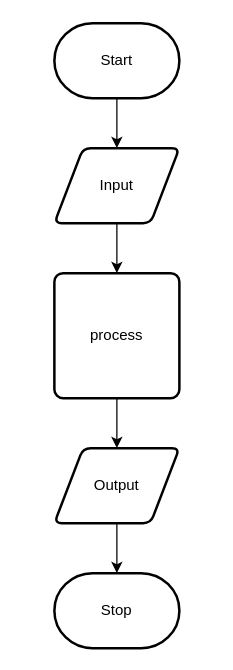
The draw.io diagram design/flow-chart.drawio in sam-corbett/ICS2O-Assignment-06-JS, before the edit. Source tidied: cells renumbered, new cells numbered last; positions are measured from the earlier drawing's top-left corner, leaving out a move shared by most shapes. Both pictures are drawn from the tidied source at 125%, with x=0, y=0 at pixel (54, 22).
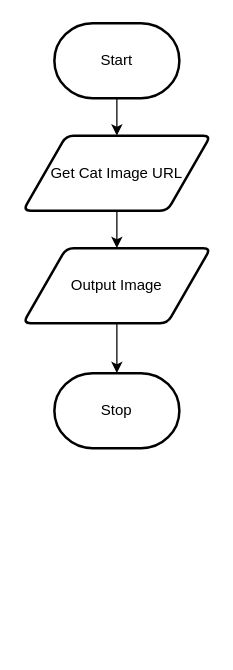
The same page after the edit.

Commit message (it also covers changes not shown here):
updated flowchart and storyboard

Change to the diagram source:
```diff
@@
 <mxGraphModel>
   <root>
     <mxCell id="0" />
     <mxCell id="1" parent="0" />
-    <mxCell id="2" style="edgeStyle=none;html=1;" parent="1" edge="1" source="3" target="5">
+    <mxCell id="2" style="edgeStyle=none;html=1;exitX=0.5;exitY=1;exitDx=0;exitDy=0;exitPerimeter=0;entryX=0.5;entryY=0;entryDx=0;entryDy=0;" parent="1" edge="1" source="3" target="5">
       <mxGeometry relative="1" as="geometry" />
     </mxCell>
     <mxCell id="3" value="Start" style="strokeWidth=2;html=1;shape=mxgraph.flowchart.terminator;whiteSpace=wrap;" parent="1" vertex="1">
       <mxGeometry width="100" height="60" as="geometry" />
     </mxCell>
-    <mxCell id="4" style="edgeStyle=none;html=1;" parent="1" edge="1" source="5" target="7">
-      <mxGeometry relative="1" as="geometry" />
-    </mxCell>
+    <mxCell id="11" style="edgeStyle=none;html=1;exitX=0.5;exitY=1;exitDx=0;exitDy=0;entryX=0.5;entryY=0;entryDx=0;entryDy=0;" parent="1" edge="1" source="5" target="8">
+      <mxGeometry relative="1" as="geometry" />
+    </mxCell>
-    <mxCell id="5" value="Input" style="shape=parallelogram;html=1;strokeWidth=2;perimeter=parallelogramPerimeter;whiteSpace=wrap;rounded=1;arcSize=12;size=0.23;" parent="1" vertex="1">
-      <mxGeometry y="100" width="100" height="60" as="geometry" />
+    <mxCell id="5" value="Get Cat Image URL" style="shape=parallelogram;html=1;strokeWidth=2;perimeter=parallelogramPerimeter;whiteSpace=wrap;rounded=1;arcSize=12;size=0.23;" parent="1" vertex="1">
+      <mxGeometry x="-25" y="90" width="150" height="60" as="geometry" />
     </mxCell>
-    <mxCell id="6" style="edgeStyle=none;html=1;" parent="1" edge="1" source="7" target="9">
-      <mxGeometry relative="1" as="geometry" />
-    </mxCell>
-    <mxCell id="7" value="process" style="rounded=1;whiteSpace=wrap;html=1;absoluteArcSize=1;arcSize=14;strokeWidth=2;" parent="1" vertex="1">
-      <mxGeometry y="200" width="100" height="100" as="geometry" />
-    </mxCell>
+    <mxCell id="10" value="Stop" style="strokeWidth=2;html=1;shape=mxgraph.flowchart.terminator;whiteSpace=wrap;" parent="1" vertex="1">
+      <mxGeometry y="280" width="100" height="60" as="geometry" />
+    </mxCell>
+    <mxCell id="12" style="edgeStyle=none;html=1;exitX=0.5;exitY=1;exitDx=0;exitDy=0;entryX=0.5;entryY=0;entryDx=0;entryDy=0;entryPerimeter=0;" parent="1" edge="1" source="8" target="10">
+      <mxGeometry relative="1" as="geometry" />
+    </mxCell>
-    <mxCell id="8" style="edgeStyle=none;html=1;" parent="1" edge="1" source="9" target="10">
-      <mxGeometry relative="1" as="geometry" />
+    <mxCell id="8" value="Output Image" style="shape=parallelogram;html=1;strokeWidth=2;perimeter=parallelogramPerimeter;whiteSpace=wrap;rounded=1;arcSize=12;size=0.23;" parent="1" vertex="1">
+      <mxGeometry x="-25" y="180" width="150" height="60" as="geometry" />
     </mxCell>
-    <mxCell id="9" value="Output" style="shape=parallelogram;html=1;strokeWidth=2;perimeter=parallelogramPerimeter;whiteSpace=wrap;rounded=1;arcSize=12;size=0.23;" parent="1" vertex="1">
-      <mxGeometry y="340" width="100" height="60" as="geometry" />
-    </mxCell>
-    <mxCell id="10" value="Stop" style="strokeWidth=2;html=1;shape=mxgraph.flowchart.terminator;whiteSpace=wrap;" parent="1" vertex="1">
-      <mxGeometry y="440" width="100" height="60" as="geometry" />
-    </mxCell>
   </root>
 </mxGraphModel>
```
